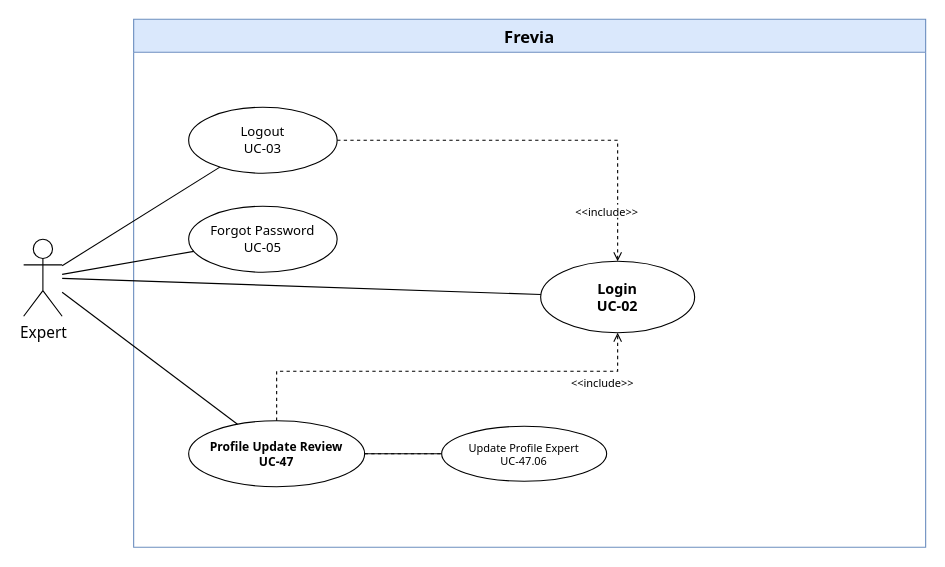
Thunggg/Frevia keeps this draw.io diagram as uc-diagrams/Expert.drawio. Above is the earlier version. Source tidied: cells renumbered, new cells numbered last; positions are measured from the earlier drawing's top-left corner, leaving out a move shared by most shapes. Both pictures are drawn from the tidied source at 110%, with x=0, y=0 at pixel (23, 19).
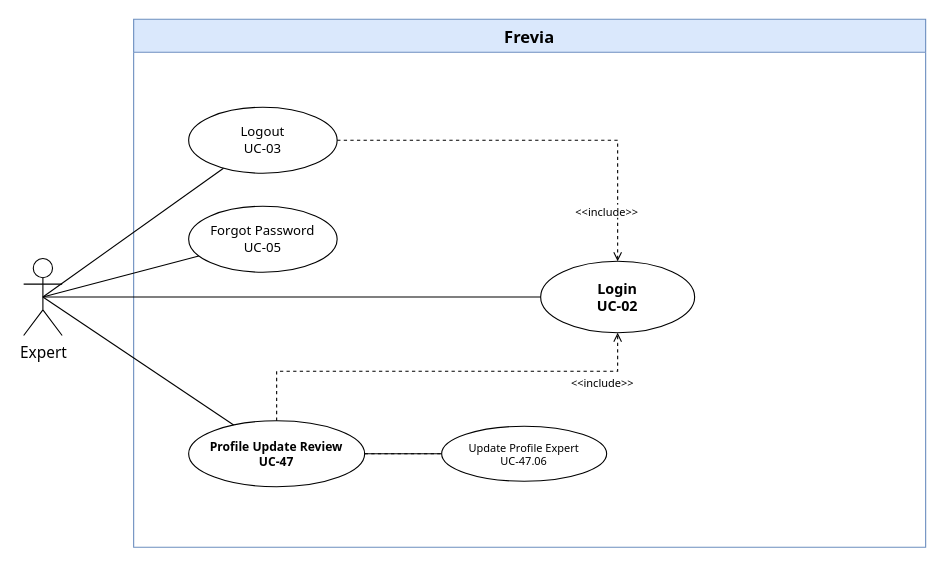
The same page after the edit.

What changed in the source:
```diff
@@
 <mxGraphModel>
   <root>
     <mxCell id="0" />
     <mxCell id="1" parent="0" />
     <mxCell id="2" value="Frevia" style="swimlane;whiteSpace=wrap;html=1;startSize=30;fontSize=15;fontFamily=Tahoma;fontStyle=1;fillColor=#dae8fc;strokeColor=#6c8ebf;" parent="1" vertex="1">
       <mxGeometry x="100" width="720" height="480" as="geometry" />
     </mxCell>
     <mxCell id="3" value="Logout&#10;UC-03" style="ellipse;whiteSpace=wrap;html=1;fontSize=12;fontFamily=Tahoma;fontStyle=0;fillColor=#ffffff;strokeColor=#000000;" parent="2" vertex="1">
       <mxGeometry x="50" y="80" width="135" height="60" as="geometry" />
     </mxCell>
     <mxCell id="4" value="Login&#10;UC-02" style="ellipse;whiteSpace=wrap;html=1;fontSize=13;fontFamily=Tahoma;fontStyle=1;fillColor=#ffffff;strokeColor=#000000;" parent="2" vertex="1">
       <mxGeometry x="370" y="220" width="140" height="65" as="geometry" />
     </mxCell>
     <mxCell id="5" value="Forgot Password&#10;UC-05" style="ellipse;whiteSpace=wrap;html=1;fontSize=12;fontFamily=Tahoma;fontStyle=0;fillColor=#ffffff;strokeColor=#000000;" parent="2" vertex="1">
       <mxGeometry x="50" y="170" width="135" height="60" as="geometry" />
     </mxCell>
     <mxCell id="6" value="Profile Update Review&#10;UC-47" style="ellipse;whiteSpace=wrap;html=1;fontSize=11;fontFamily=Tahoma;fontStyle=1;fillColor=#ffffff;strokeColor=#000000;" parent="2" vertex="1">
       <mxGeometry x="50" y="365" width="160" height="60" as="geometry" />
     </mxCell>
     <mxCell id="7" value="&amp;lt;&amp;lt;include&amp;gt;&amp;gt;" style="edgeStyle=orthogonalEdgeStyle;rounded=0;endArrow=open;dashed=1;html=1;strokeColor=#000000;fontSize=10;fontFamily=Tahoma;labelBackgroundColor=#ffffff;align=center;verticalAlign=middle;" parent="2" edge="1" source="6" target="4">
       <mxGeometry x="0.75" y="-10" relative="1" as="geometry">
         <Array as="points">
           <mxPoint x="130" y="320" />
           <mxPoint x="440" y="320" />
         </Array>
       </mxGeometry>
     </mxCell>
     <mxCell id="8" value="Expert" style="shape=umlActor;verticalLabelPosition=bottom;verticalAlign=top;html=1;outlineConnect=0;fontSize=14;fontFamily=Tahoma;" parent="1" vertex="1">
-      <mxGeometry y="200" width="35" height="70" as="geometry" />
+      <mxGeometry y="217.5" width="35" height="70" as="geometry" />
     </mxCell>
-    <mxCell id="9" style="endArrow=none;html=1;rounded=0;fontFamily=Tahoma;fontSize=13;" parent="1" edge="1" source="8" target="3">
+    <mxCell id="9" style="endArrow=none;html=1;rounded=0;fontFamily=Tahoma;fontSize=13;exitX=0.5;exitY=0.5;exitDx=0;exitDy=0;exitPerimeter=0;" parent="1" edge="1" source="8" target="3">
       <mxGeometry relative="1" as="geometry" />
     </mxCell>
-    <mxCell id="10" style="endArrow=none;html=1;rounded=0;fontFamily=Tahoma;fontSize=13;" parent="1" edge="1" source="8" target="4">
+    <mxCell id="10" style="endArrow=none;html=1;rounded=0;fontFamily=Tahoma;fontSize=13;exitX=0.5;exitY=0.5;exitDx=0;exitDy=0;exitPerimeter=0;" parent="1" edge="1" source="8" target="4">
       <mxGeometry relative="1" as="geometry" />
     </mxCell>
     <mxCell id="11" value="&amp;lt;&amp;lt;include&amp;gt;&amp;gt;" style="edgeStyle=orthogonalEdgeStyle;rounded=0;endArrow=open;dashed=1;html=1;strokeColor=#000000;fontSize=10;fontFamily=Tahoma;labelBackgroundColor=#ffffff;align=center;verticalAlign=middle;" parent="1" edge="1" source="3" target="4">
       <mxGeometry x="0.75" y="-10" relative="1" as="geometry" />
     </mxCell>
-    <mxCell id="12" style="endArrow=none;html=1;rounded=0;fontFamily=Tahoma;fontSize=13;" parent="1" edge="1" source="8" target="5">
+    <mxCell id="12" style="endArrow=none;html=1;rounded=0;fontFamily=Tahoma;fontSize=13;exitX=0.5;exitY=0.5;exitDx=0;exitDy=0;exitPerimeter=0;" parent="1" edge="1" source="8" target="5">
       <mxGeometry relative="1" as="geometry" />
     </mxCell>
-    <mxCell id="13" style="endArrow=none;html=1;rounded=0;fontFamily=Tahoma;fontSize=13;" parent="1" edge="1" source="8" target="6">
+    <mxCell id="13" style="endArrow=none;html=1;rounded=0;fontFamily=Tahoma;fontSize=13;exitX=0.5;exitY=0.5;exitDx=0;exitDy=0;exitPerimeter=0;" parent="1" edge="1" source="8" target="6">
       <mxGeometry relative="1" as="geometry" />
     </mxCell>
     <mxCell id="14" style="endArrow=none;html=1;rounded=0;fontFamily=Tahoma;fontSize=13;" parent="1" edge="1" source="6" target="15">
       <mxGeometry relative="1" as="geometry" />
     </mxCell>
     <mxCell id="15" value="Update Profile Expert&#10;UC-47.06" style="ellipse;whiteSpace=wrap;html=1;fontSize=10;fontFamily=Tahoma;fillColor=#ffffff;strokeColor=#000000;" parent="1" vertex="1">
       <mxGeometry x="380" y="370" width="150" height="50" as="geometry" />
     </mxCell>
     <mxCell id="16" style="edgeStyle=orthogonalEdgeStyle;rounded=0;endArrow=none;dashed=1;html=1;strokeColor=#000000;fontSize=10;fontFamily=Tahoma;labelBackgroundColor=#ffffff;align=center;verticalAlign=middle;endFill=0;" parent="1" edge="1" source="6" target="15">
       <mxGeometry x="0.75" y="-10" relative="1" as="geometry" />
     </mxCell>
   </root>
 </mxGraphModel>
```
